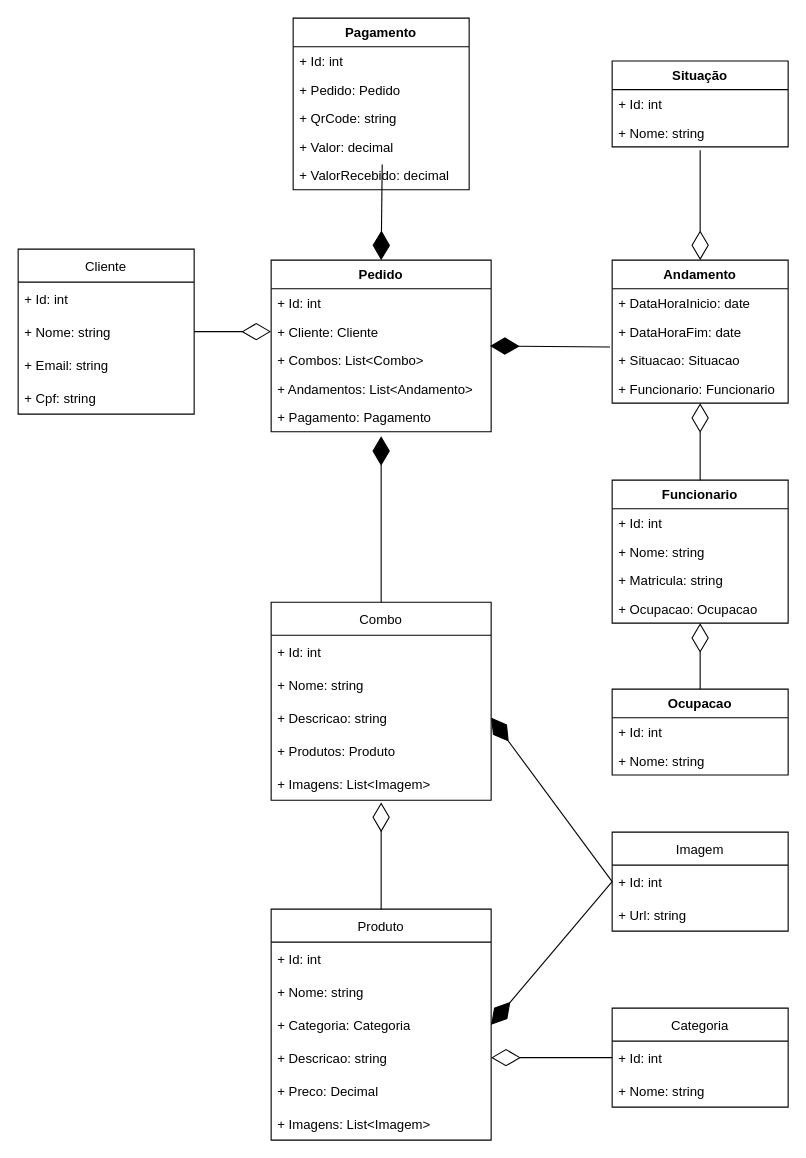
Above: docs/ProjetoGrupo7_v2.drawio in belloniz/group-7 (draw.io), before the change. Source tidied: cells renumbered, new cells numbered last; positions are measured from the earlier drawing's top-left corner, leaving out a move shared by most shapes. Both pictures are drawn from the tidied source at 110%, with x=0, y=0 at pixel (18, 18).
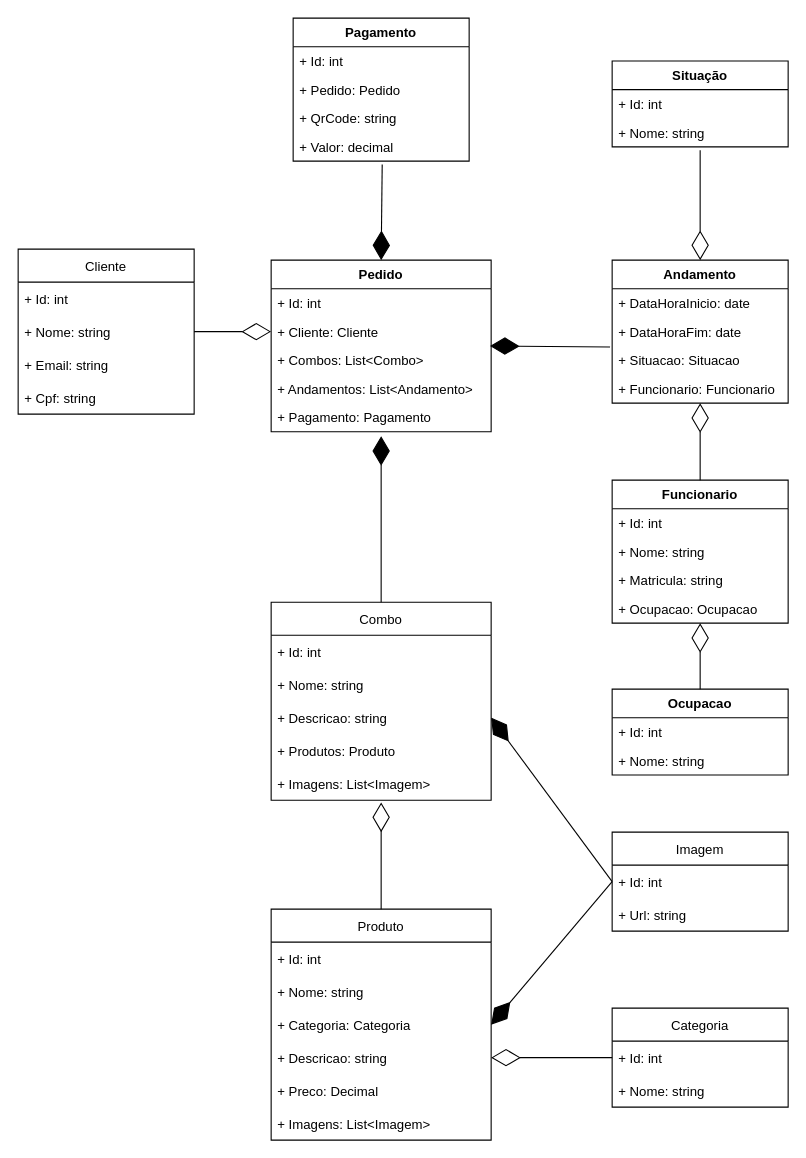
The same diagram, later.

Commit message:
Deixando apenas o valor no pagamento

Change to the diagram source:
```diff
@@
     <mxCell id="32" value="Pagamento" style="swimlane;fontStyle=1;align=center;verticalAlign=top;horizontal=1;startSize=26;" parent="1" vertex="1">
-      <mxGeometry x="250" width="160" height="156" as="geometry" />
+      <mxGeometry x="250" width="160" height="130" as="geometry" />
     </mxCell>
@@
-    <mxCell id="37" value="+ ValorRecebido: decimal" style="text;strokeColor=none;fillColor=none;align=left;verticalAlign=top;spacingLeft=4;spacingRight=4;overflow=hidden;" parent="32" vertex="1">
-      <mxGeometry y="130" width="160" height="26" as="geometry" />
-    </mxCell>
```
